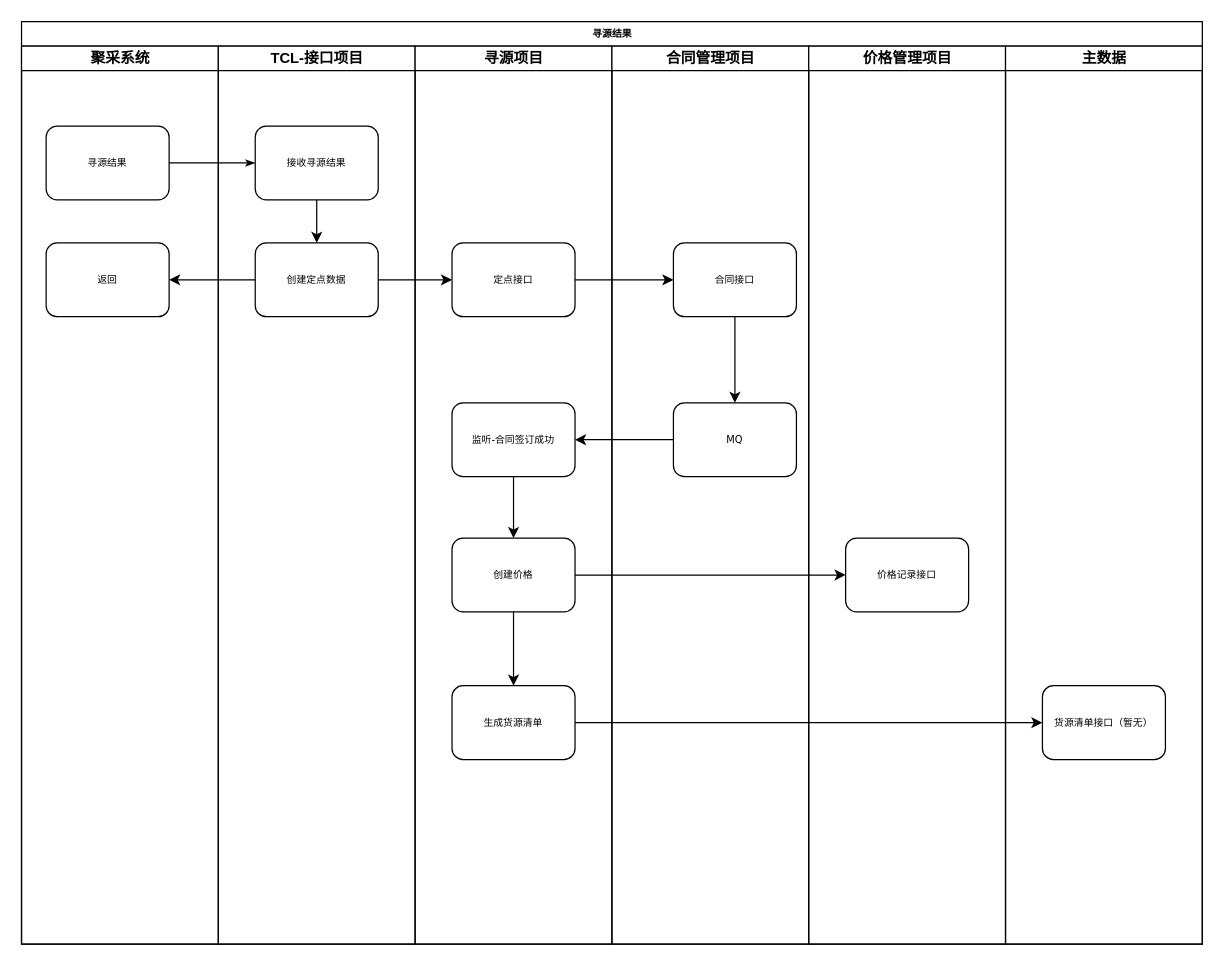
hexuefengx/dragrams keeps this draw.io diagram as page "寻源结果" (1 of 3) of 货源结果 Diagram.drawio. Above is the earlier version. Source tidied: cells renumbered, new cells numbered last; positions are measured from the earlier drawing's top-left corner, leaving out a move shared by most shapes. Both pictures are drawn from the tidied source at 123%, with x=0, y=0 at pixel (21, 21).
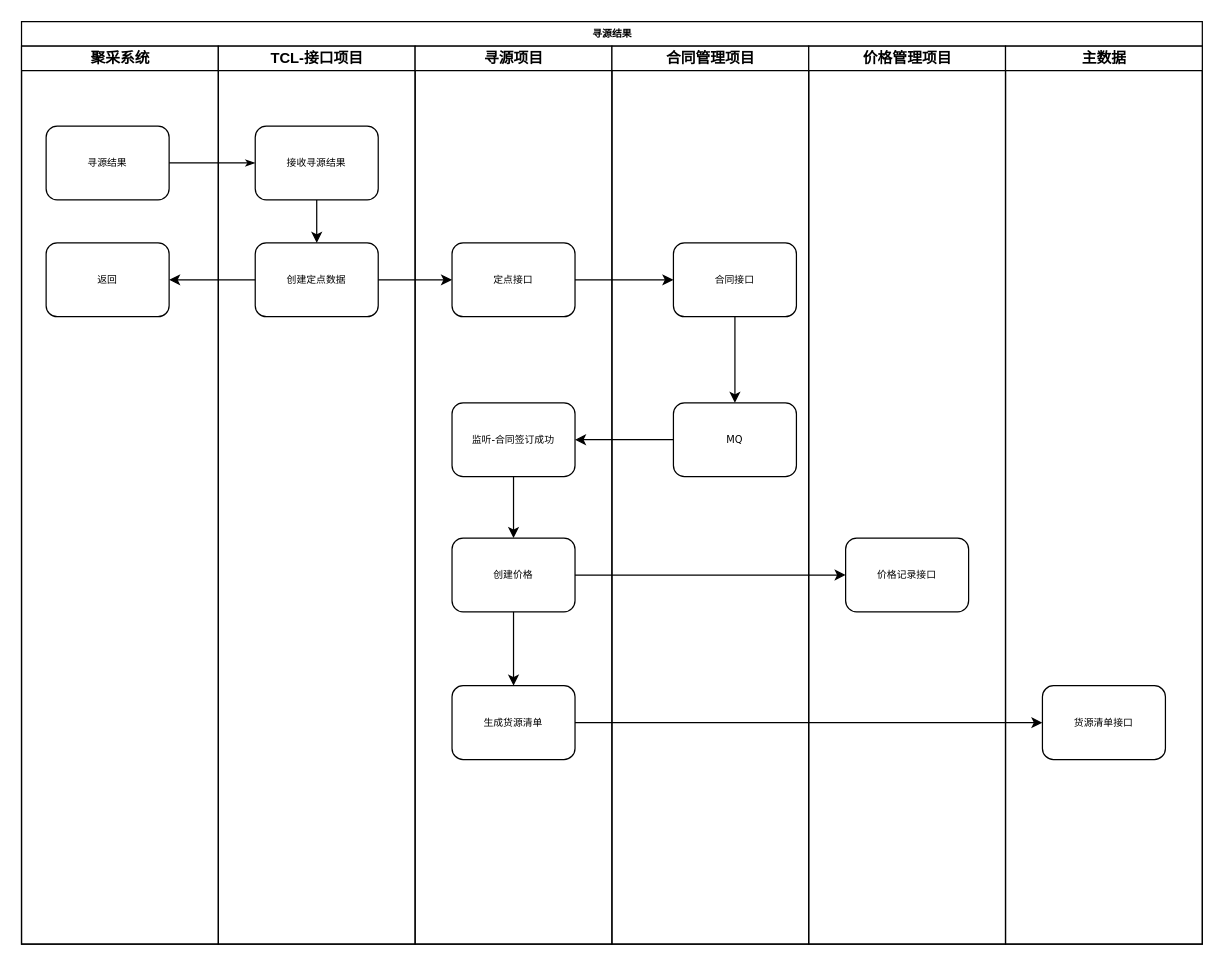
The same page after the edit.

Unchanged cells that the change refers to:
```xml
<mxCell id="27" value="主数据" style="swimlane;html=1;startSize=20;" parent="2" vertex="1">
  <mxGeometry x="800" y="20" width="160" height="730" as="geometry" />
</mxCell>
```

Diff of the diagram source:
```diff
@@
-    <mxCell id="28" value="货源清单接口（暂无）" style="rounded=1;whiteSpace=wrap;html=1;shadow=0;labelBackgroundColor=none;strokeWidth=1;fontFamily=Verdana;fontSize=8;align=center;" parent="27" vertex="1">
+    <mxCell id="28" value="货源清单接口" style="rounded=1;whiteSpace=wrap;html=1;shadow=0;labelBackgroundColor=none;strokeWidth=1;fontFamily=Verdana;fontSize=8;align=center;" parent="27" vertex="1">
       <mxGeometry x="30" y="520" width="100" height="60" as="geometry" />
     </mxCell>
```
